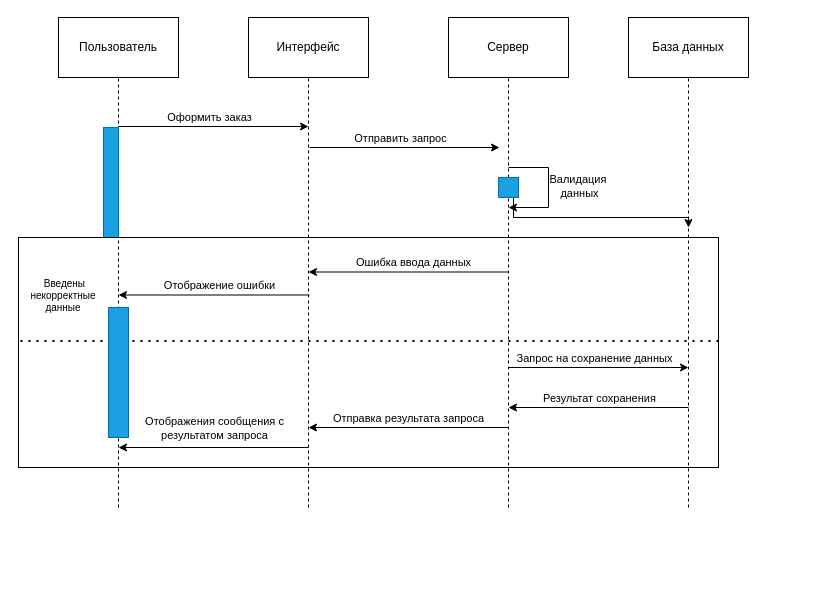
This is page "Страница — 2" (2 of 4) of Диаграмма без названия.drawio from MOLLIP-merzota/-, a draw.io file, before an edit. Source tidied: cells renumbered, new cells numbered last; positions are measured from the earlier drawing's top-left corner, leaving out a move shared by most shapes. Both pictures are drawn from the tidied source at 100%, with x=0, y=0 at pixel (18, 17).
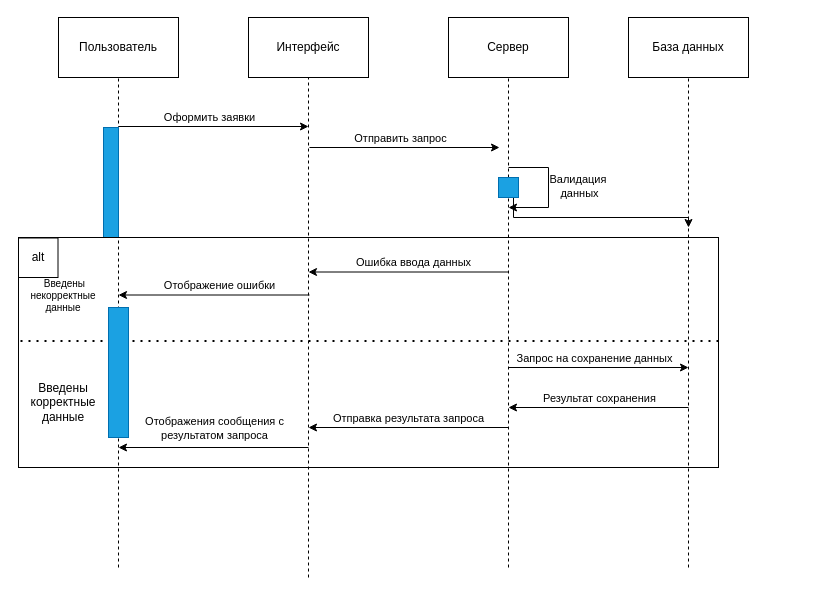
After the change.

The change refers to these unchanged cells:
```xml
<mxCell id="2" style="group;" parent="1" vertex="1">
  <mxGeometry x="40" width="120" height="490" as="geometry" />
</mxCell>
<mxCell id="4" value="Пользователь" style="rounded=0;whiteSpace=wrap;html=1;" parent="2" vertex="1">
  <mxGeometry width="120" height="60" as="geometry" />
</mxCell>
<mxCell id="6" style="group;" parent="1" vertex="1">
  <mxGeometry x="230" width="120" height="490" as="geometry" />
</mxCell>
<mxCell id="8" value="Интерфейс" style="rounded=0;whiteSpace=wrap;html=1;" parent="6" vertex="1">
  <mxGeometry width="120" height="60" as="geometry" />
</mxCell>
<mxCell id="9" style="group;" parent="1" vertex="1">
  <mxGeometry x="430" width="360" height="490" as="geometry" />
</mxCell>
<mxCell id="11" value="Сервер" style="rounded=0;whiteSpace=wrap;html=1;" parent="9" vertex="1">
  <mxGeometry width="120" height="60" as="geometry" />
</mxCell>
<mxCell id="16" style="group;" parent="1" vertex="1">
  <mxGeometry x="610" width="120" height="490" as="geometry" />
</mxCell>
<mxCell id="18" value="База данных" style="rounded=0;whiteSpace=wrap;html=1;" parent="16" vertex="1">
  <mxGeometry width="120" height="60" as="geometry" />
</mxCell>
<mxCell id="19" style="endArrow=classic;html=1;rounded=0;endFill=1;" parent="1" edge="1">
  <mxGeometry relative="1" as="geometry">
    <mxPoint x="100" y="109" as="sourcePoint" />
    <mxPoint x="290" y="109" as="targetPoint" />
  </mxGeometry>
</mxCell>
<mxCell id="23" style="group;" parent="1" vertex="1">
  <mxGeometry y="220" width="700" height="230" as="geometry" />
</mxCell>
```

Change to the diagram source:
```diff
@@
     <mxCell id="3" style="endArrow=none;dashed=1;html=1;rounded=0;entryX=0.5;entryY=1;entryDx=0;entryDy=0;" parent="2" edge="1" target="4">
       <mxGeometry relative="1" as="geometry">
-        <mxPoint x="60" y="490" as="sourcePoint" />
+        <mxPoint x="60" y="550" as="sourcePoint" />
       </mxGeometry>
     </mxCell>
@@
     <mxCell id="7" style="endArrow=none;dashed=1;html=1;rounded=0;entryX=0.5;entryY=1;entryDx=0;entryDy=0;" parent="6" edge="1" target="8">
       <mxGeometry relative="1" as="geometry">
-        <mxPoint x="60" y="490" as="sourcePoint" />
+        <mxPoint x="60" y="560" as="sourcePoint" />
       </mxGeometry>
     </mxCell>
@@
     <mxCell id="10" style="endArrow=none;dashed=1;html=1;rounded=0;entryX=0.5;entryY=1;entryDx=0;entryDy=0;" parent="9" edge="1" target="11">
       <mxGeometry relative="1" as="geometry">
-        <mxPoint x="60" y="490" as="sourcePoint" />
+        <mxPoint x="60" y="550" as="sourcePoint" />
       </mxGeometry>
     </mxCell>
@@
     <mxCell id="17" style="endArrow=none;dashed=1;html=1;rounded=0;entryX=0.5;entryY=1;entryDx=0;entryDy=0;" parent="16" edge="1" target="18">
       <mxGeometry relative="1" as="geometry">
-        <mxPoint x="60" y="490" as="sourcePoint" />
+        <mxPoint x="60" y="550" as="sourcePoint" />
       </mxGeometry>
     </mxCell>
@@
-    <mxCell id="20" value="Оформить заказ" style="edgeLabel;html=1;align=center;verticalAlign=middle;" parent="19" vertex="1">
+    <mxCell id="20" value="Оформить заявки" style="edgeLabel;html=1;align=center;verticalAlign=middle;" parent="19" vertex="1">
       <mxGeometry x="0.14" relative="1" as="geometry">
         <mxPoint x="-18" y="-10" as="offset" />
       </mxGeometry>
     </mxCell>
@@
+    <mxCell id="40" value="Введены корректные данные" style="text;html=1;align=center;verticalAlign=middle;whiteSpace=wrap;rounded=0;" parent="23" vertex="1">
+      <mxGeometry x="15" y="150" width="60" height="30" as="geometry" />
+    </mxCell>
+    <mxCell id="41" value="alt" style="whiteSpace=wrap;html=1;" parent="23" vertex="1">
+      <mxGeometry y="0.5" width="39.5" height="39.5" as="geometry" />
+    </mxCell>
```
